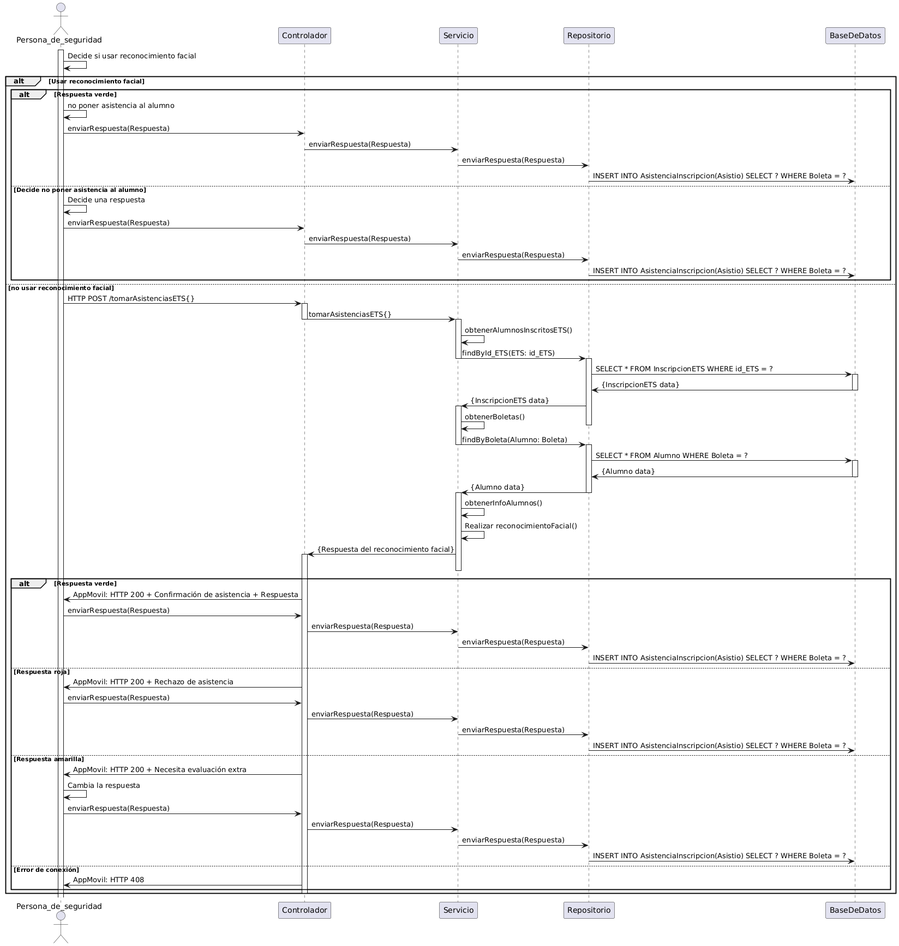
This is Secuencia/CU-15.png from Jajr16/Documentacion-TT, a PlantUML export, as it was before one commit. The source it was exported from:
```plantuml
@startuml
actor Persona_de_seguridad as AppMovil
participant Controlador
participant Servicio
participant Repositorio
participant BaseDeDatos as BD

activate AppMovil

AppMovil -> AppMovil: Decide si usar reconocimiento facial

alt Usar reconocimiento facial

alt Respuesta verde

AppMovil -> AppMovil: no poner asistencia al alumno
AppMovil -> Controlador: enviarRespuesta(Respuesta)
Controlador -> Servicio: enviarRespuesta(Respuesta)
Servicio -> Repositorio: enviarRespuesta(Respuesta)
Repositorio -> BD: INSERT INTO AsistenciaInscripcion(Asistio) SELECT ? WHERE Boleta = ?

else Decide no poner asistencia al alumno
AppMovil -> AppMovil: Decide una respuesta
AppMovil -> Controlador: enviarRespuesta(Respuesta)
Controlador -> Servicio: enviarRespuesta(Respuesta)
Servicio -> Repositorio: enviarRespuesta(Respuesta)
Repositorio -> BD: INSERT INTO AsistenciaInscripcion(Asistio) SELECT ? WHERE Boleta = ?

end

else no usar reconocimiento facial

AppMovil -> Controlador: HTTP POST /tomarAsistenciasETS{}

Activate Controlador
Controlador -> Servicio: tomarAsistenciasETS{}
Deactivate Controlador

Activate Servicio
Servicio -> Servicio: obtenerAlumnosInscritosETS()

Servicio -> Repositorio: findById_ETS(ETS: id_ETS)
Deactivate Servicio

Activate Repositorio
Repositorio -> BD: SELECT * FROM InscripcionETS WHERE id_ETS = ?

Activate BD
BD -> Repositorio: {InscripcionETS data}
Deactivate BD

Repositorio -> Servicio: {InscripcionETS data}
Activate Servicio
Servicio -> Servicio: obtenerBoletas()
Deactivate Repositorio

Servicio -> Repositorio: findByBoleta(Alumno: Boleta)
Deactivate Servicio
Activate Repositorio



Repositorio -> BD: SELECT * FROM Alumno WHERE Boleta = ?
Activate BD
BD->Repositorio:{Alumno data}
Deactivate BD



Repositorio -> Servicio: {Alumno data}

Deactivate Repositorio

Activate Servicio

Servicio -> Servicio: obtenerInfoAlumnos()
Servicio -> Servicio: Realizar reconocimientoFacial()
Servicio -> Controlador: {Respuesta del reconocimiento facial}
activate Controlador
Deactivate Servicio



alt Respuesta verde

Controlador -> AppMovil: AppMovil: HTTP 200 + Confirmación de asistencia + Respuesta
AppMovil -> Controlador: enviarRespuesta(Respuesta)
Controlador -> Servicio: enviarRespuesta(Respuesta)
Servicio -> Repositorio: enviarRespuesta(Respuesta)
Repositorio -> BD: INSERT INTO AsistenciaInscripcion(Asistio) SELECT ? WHERE Boleta = ?

else Respuesta roja
Controlador -> AppMovil: AppMovil: HTTP 200 + Rechazo de asistencia
AppMovil -> Controlador: enviarRespuesta(Respuesta)
Controlador -> Servicio: enviarRespuesta(Respuesta)
Servicio -> Repositorio: enviarRespuesta(Respuesta)
Repositorio -> BD: INSERT INTO AsistenciaInscripcion(Asistio) SELECT ? WHERE Boleta = ?

else Respuesta amarilla
Controlador -> AppMovil: AppMovil: HTTP 200 + Necesita evaluación extra
AppMovil -> AppMovil: Cambia la respuesta
AppMovil -> Controlador: enviarRespuesta(Respuesta)
Controlador -> Servicio: enviarRespuesta(Respuesta)
Servicio -> Repositorio: enviarRespuesta(Respuesta)
Repositorio -> BD: INSERT INTO AsistenciaInscripcion(Asistio) SELECT ? WHERE Boleta = ?


else Error de conexión
Controlador -> AppMovil: AppMovil: HTTP 408

end

Deactivate Controlador

end
@enduml
```
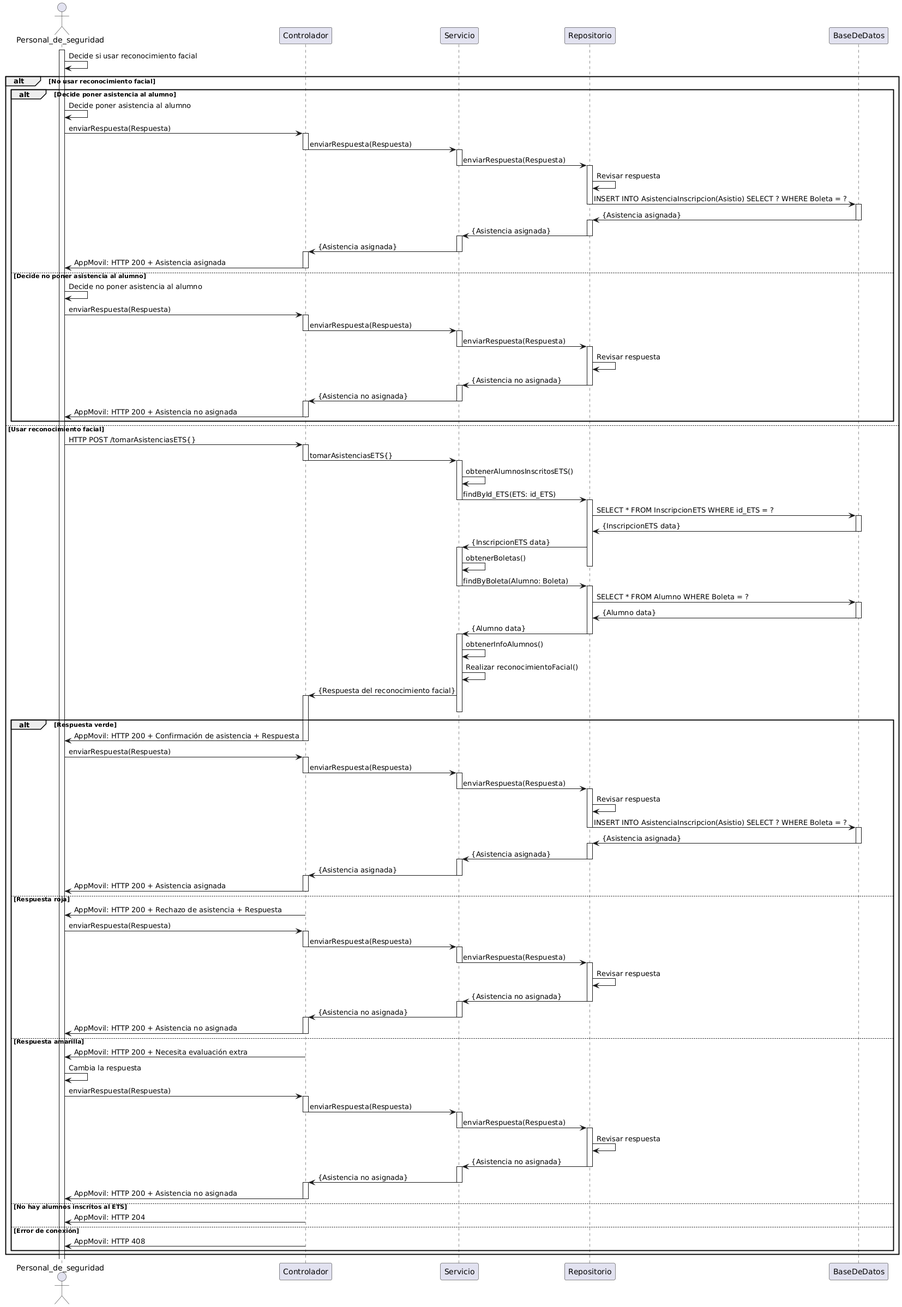
Later version of the same file.

The edit, as a diff of the source:
```diff
@@ -1,5 +1,5 @@
 @startuml
-actor Persona_de_seguridad as AppMovil
+actor Personal_de_seguridad as AppMovil
 participant Controlador
 participant Servicio
 participant Repositorio
@@ -9,26 +9,58 @@
 
 AppMovil -> AppMovil: Decide si usar reconocimiento facial
 
-alt Usar reconocimiento facial
+alt No usar reconocimiento facial
 
-alt Respuesta verde
+alt Decide poner asistencia al alumno
 
-AppMovil -> AppMovil: no poner asistencia al alumno
+AppMovil -> AppMovil: Decide poner asistencia al alumno
 AppMovil -> Controlador: enviarRespuesta(Respuesta)
+Activate Controlador
 Controlador -> Servicio: enviarRespuesta(Respuesta)
+Deactivate Controlador
+Activate Servicio
 Servicio -> Repositorio: enviarRespuesta(Respuesta)
+Deactivate Servicio
+Activate Repositorio
+Repositorio -> Repositorio: Revisar respuesta
 Repositorio -> BD: INSERT INTO AsistenciaInscripcion(Asistio) SELECT ? WHERE Boleta = ?
+Deactivate Repositorio
+Activate BD
+BD -> Repositorio: {Asistencia asignada}
+Deactivate BD
+Activate Repositorio
+Repositorio -> Servicio: {Asistencia asignada}
+Deactivate Repositorio
+Activate Servicio
+Servicio -> Controlador: {Asistencia asignada}
+Deactivate Servicio
+Activate Controlador
+Controlador -> AppMovil: AppMovil: HTTP 200 + Asistencia asignada
+Deactivate Controlador
 
 else Decide no poner asistencia al alumno
-AppMovil -> AppMovil: Decide una respuesta
+AppMovil -> AppMovil: Decide no poner asistencia al alumno
 AppMovil -> Controlador: enviarRespuesta(Respuesta)
+Activate Controlador
 Controlador -> Servicio: enviarRespuesta(Respuesta)
+Deactivate Controlador
+Activate Servicio
 Servicio -> Repositorio: enviarRespuesta(Respuesta)
-Repositorio -> BD: INSERT INTO AsistenciaInscripcion(Asistio) SELECT ? WHERE Boleta = ?
+Deactivate Servicio
+Activate Repositorio
+Repositorio -> Repositorio: Revisar respuesta
+Repositorio -> Servicio: {Asistencia no asignada}
+Deactivate Repositorio
+Activate Servicio
+Servicio -> Controlador: {Asistencia no asignada}
+Deactivate Servicio
+Activate Controlador
+Controlador -> AppMovil: AppMovil: HTTP 200 + Asistencia no asignada
+Deactivate Controlador
 
 end
 
-else no usar reconocimiento facial
+else Usar reconocimiento facial
 
 AppMovil -> Controlador: HTTP POST /tomarAsistenciasETS{}
 
@@ -84,26 +116,75 @@
 alt Respuesta verde
 
 Controlador -> AppMovil: AppMovil: HTTP 200 + Confirmación de asistencia + Respuesta
+deactivate Controlador
 AppMovil -> Controlador: enviarRespuesta(Respuesta)
+Activate Controlador
 Controlador -> Servicio: enviarRespuesta(Respuesta)
+Deactivate Controlador
+Activate Servicio
 Servicio -> Repositorio: enviarRespuesta(Respuesta)
+Deactivate Servicio
+Activate Repositorio
+Repositorio -> Repositorio: Revisar respuesta
 Repositorio -> BD: INSERT INTO AsistenciaInscripcion(Asistio) SELECT ? WHERE Boleta = ?
+Deactivate Repositorio
+Activate BD
+BD -> Repositorio: {Asistencia asignada}
+Deactivate BD
+Activate Repositorio
+Repositorio -> Servicio: {Asistencia asignada}
+Deactivate Repositorio
+Activate Servicio
+Servicio -> Controlador: {Asistencia asignada}
+Deactivate Servicio
+Activate Controlador
+Controlador -> AppMovil: AppMovil: HTTP 200 + Asistencia asignada
+Deactivate Controlador
 
 else Respuesta roja
-Controlador -> AppMovil: AppMovil: HTTP 200 + Rechazo de asistencia
+Controlador -> AppMovil: AppMovil: HTTP 200 + Rechazo de asistencia + Respuesta
 AppMovil -> Controlador: enviarRespuesta(Respuesta)
+Activate Controlador
 Controlador -> Servicio: enviarRespuesta(Respuesta)
+Deactivate Controlador
+Activate Servicio
 Servicio -> Repositorio: enviarRespuesta(Respuesta)
-Repositorio -> BD: INSERT INTO AsistenciaInscripcion(Asistio) SELECT ? WHERE Boleta = ?
+Deactivate Servicio
+Activate Repositorio
+Repositorio -> Repositorio: Revisar respuesta
+Repositorio -> Servicio: {Asistencia no asignada}
+Deactivate Repositorio
+Activate Servicio
+Servicio -> Controlador: {Asistencia no asignada}
+Deactivate Servicio
+Activate Controlador
+Controlador -> AppMovil: AppMovil: HTTP 200 + Asistencia no asignada
+Deactivate Controlador
 
 else Respuesta amarilla
 Controlador -> AppMovil: AppMovil: HTTP 200 + Necesita evaluación extra
 AppMovil -> AppMovil: Cambia la respuesta
 AppMovil -> Controlador: enviarRespuesta(Respuesta)
+Activate Controlador
 Controlador -> Servicio: enviarRespuesta(Respuesta)
+Deactivate Controlador
+Activate Servicio
 Servicio -> Repositorio: enviarRespuesta(Respuesta)
-Repositorio -> BD: INSERT INTO AsistenciaInscripcion(Asistio) SELECT ? WHERE Boleta = ?
+Deactivate Servicio
+Activate Repositorio
+Repositorio -> Repositorio: Revisar respuesta
+Repositorio -> Servicio: {Asistencia no asignada}
+Deactivate Repositorio
+Activate Servicio
+Servicio -> Controlador: {Asistencia no asignada}
+Deactivate Servicio
+Activate Controlador
+Controlador -> AppMovil: AppMovil: HTTP 200 + Asistencia no asignada
+Deactivate Controlador
 
+
+else No hay alumnos inscritos al ETS
+Controlador -> AppMovil: AppMovil: HTTP 204
 
 else Error de conexión
 Controlador -> AppMovil: AppMovil: HTTP 408
```
